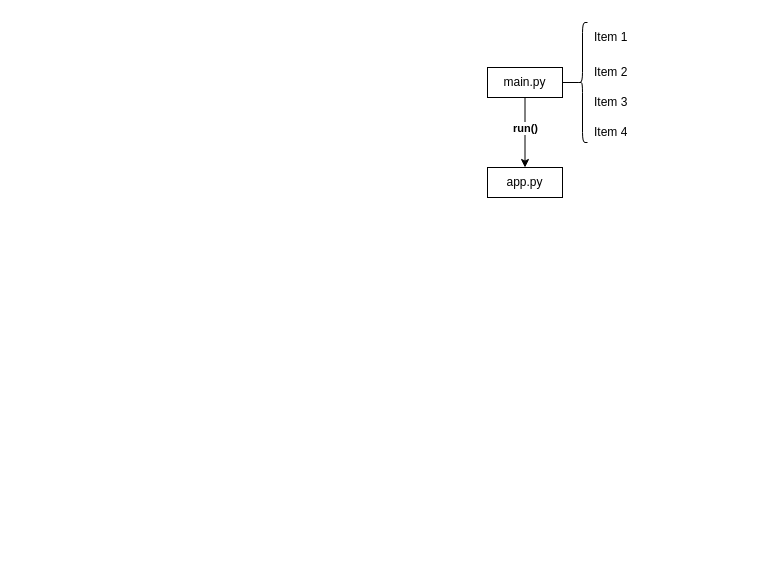
BigSheep261/EasyFrp keeps this draw.io diagram as page "程序流程" (2 of 4) of docs/项目结构图.drawio. Above is the earlier version. Source tidied: cells renumbered, new cells numbered last; positions are measured from the earlier drawing's top-left corner, leaving out a move shared by most shapes. Both pictures are drawn from the tidied source at 100%, with x=0, y=0 at pixel (487, 17).
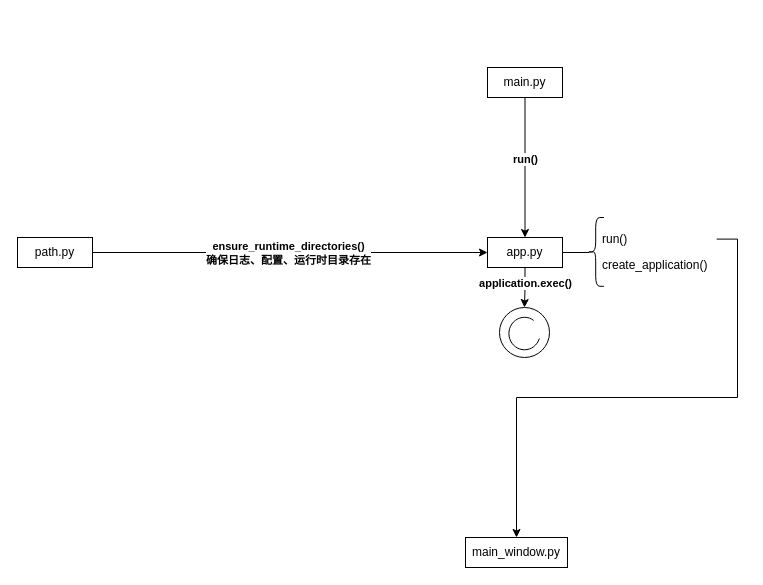
Above is the later version.

The change refers to these unchanged cells:
```xml
<mxCell id="4" value="main.py" style="rounded=0;whiteSpace=wrap;html=1;" parent="1" vertex="1">
  <mxGeometry y="50" width="75" height="30" as="geometry" />
</mxCell>
```

The edit, as a diff of the source:
```diff
@@
+    <mxCell id="17" style="edgeStyle=orthogonalEdgeStyle;rounded=0;jettySize=auto;html=1;exitX=0.5;exitY=1;exitDx=0;exitDy=0;entryX=0.5;entryY=0;entryDx=0;entryDy=0;" parent="1" edge="1" source="5" target="31">
+      <mxGeometry relative="1" as="geometry" />
+    </mxCell>
+    <mxCell id="18" value="application.exec()" style="edgeLabel;html=1;align=center;verticalAlign=middle;fontStyle=1;" parent="17" vertex="1">
+      <mxGeometry x="-0.27" relative="1" as="geometry" />
+    </mxCell>
     <mxCell id="5" value="app&lt;span style=&quot;background-color: transparent; color: light-dark(rgb(0, 0, 0), rgb(255, 255, 255));&quot;&gt;.py&lt;/span&gt;" style="rounded=0;whiteSpace=wrap;html=1;" parent="1" vertex="1">
-      <mxGeometry y="150" width="75" height="30" as="geometry" />
+      <mxGeometry y="220" width="75" height="30" as="geometry" />
     </mxCell>
-    <mxCell id="6" style="shape=curlyBracket;whiteSpace=wrap;html=1;rounded=1;labelPosition=left;verticalLabelPosition=middle;align=right;verticalAlign=middle;size=0.5;" parent="1" vertex="1">
-      <mxGeometry x="90" y="5" width="10" height="120" as="geometry" />
-    </mxCell>
-    <mxCell id="7" style="edgeStyle=orthogonalEdgeStyle;rounded=0;jettySize=auto;html=1;exitX=1;exitY=0.5;exitDx=0;exitDy=0;entryX=0.1;entryY=0.5;entryDx=0;entryDy=0;entryPerimeter=0;endArrow=none;endFill=0;" parent="1" edge="1" source="4" target="6">
-      <mxGeometry relative="1" as="geometry" />
-    </mxCell>
-    <mxCell id="8" style="shape=table;startSize=0;childLayout=tableLayout;fontSize=11;fillColor=none;strokeColor=none;" parent="1" vertex="1">
-      <mxGeometry x="100" width="60" height="130" as="geometry" />
-    </mxCell>
-    <mxCell id="9" style="shape=tableRow;horizontal=0;startSize=0;swimlaneHead=0;swimlaneBody=0;strokeColor=inherit;top=0;left=0;bottom=0;right=0;fillColor=none;fontSize=16;" parent="8" vertex="1">
-      <mxGeometry width="60" height="40" as="geometry" />
-    </mxCell>
-    <mxCell id="10" value="Item 1" style="shape=partialRectangle;html=1;whiteSpace=wrap;strokeColor=inherit;overflow=hidden;fillColor=none;top=0;left=0;bottom=0;right=0;fontSize=12;align=left;spacingLeft=5;" parent="9" vertex="1">
-      <mxGeometry width="60" height="40" as="geometry" />
-    </mxCell>
-    <mxCell id="11" style="shape=tableRow;horizontal=0;startSize=0;swimlaneHead=0;swimlaneBody=0;strokeColor=inherit;top=0;left=0;bottom=0;right=0;fillColor=none;fontSize=16;" parent="8" vertex="1">
-      <mxGeometry y="40" width="60" height="30" as="geometry" />
-    </mxCell>
-    <mxCell id="12" value="Item 2" style="shape=partialRectangle;html=1;whiteSpace=wrap;strokeColor=inherit;overflow=hidden;fillColor=none;top=0;left=0;bottom=0;right=0;fontSize=12;align=left;spacingLeft=5;" parent="11" vertex="1">
-      <mxGeometry width="60" height="30" as="geometry" />
-    </mxCell>
-    <mxCell id="13" style="shape=tableRow;horizontal=0;startSize=0;swimlaneHead=0;swimlaneBody=0;strokeColor=inherit;top=0;left=0;bottom=0;right=0;fillColor=none;fontSize=16;" parent="8" vertex="1">
-      <mxGeometry y="70" width="60" height="30" as="geometry" />
-    </mxCell>
-    <mxCell id="14" value="Item 3" style="shape=partialRectangle;html=1;whiteSpace=wrap;strokeColor=inherit;overflow=hidden;fillColor=none;top=0;left=0;bottom=0;right=0;fontSize=12;align=left;spacingLeft=5;" parent="13" vertex="1">
-      <mxGeometry width="60" height="30" as="geometry" />
-    </mxCell>
-    <mxCell id="15" style="shape=tableRow;horizontal=0;startSize=0;swimlaneHead=0;swimlaneBody=0;strokeColor=inherit;top=0;left=0;bottom=0;right=0;fillColor=none;fontSize=16;" parent="8" vertex="1">
-      <mxGeometry y="100" width="60" height="30" as="geometry" />
-    </mxCell>
-    <mxCell id="16" value="Item 4" style="shape=partialRectangle;html=1;whiteSpace=wrap;strokeColor=inherit;overflow=hidden;fillColor=none;top=0;left=0;bottom=0;right=0;fontSize=12;align=left;spacingLeft=5;" parent="15" vertex="1">
-      <mxGeometry width="60" height="30" as="geometry" />
-    </mxCell>
+    <mxCell id="19" style="edgeStyle=orthogonalEdgeStyle;rounded=0;jettySize=auto;html=1;exitX=1;exitY=0.5;exitDx=0;exitDy=0;entryX=0.1;entryY=0.5;entryDx=0;entryDy=0;entryPerimeter=0;endArrow=none;endFill=0;" parent="1" edge="1" source="5" target="21">
+      <mxGeometry relative="1" as="geometry" />
+    </mxCell>
+    <mxCell id="20" style="group;" parent="1" vertex="1">
+      <mxGeometry x="100" y="200" width="130" height="70" as="geometry" />
+    </mxCell>
+    <mxCell id="21" style="shape=curlyBracket;whiteSpace=wrap;html=1;rounded=1;labelPosition=left;verticalLabelPosition=middle;align=right;verticalAlign=middle;size=0.5;" parent="20" vertex="1">
+      <mxGeometry width="16.4" height="68.8" as="geometry" />
+    </mxCell>
+    <mxCell id="22" style="shape=table;startSize=0;childLayout=tableLayout;fontSize=11;fillColor=none;strokeColor=none;" parent="20" vertex="1">
+      <mxGeometry x="8.2" y="9.1" width="121.3" height="51.8" as="geometry" />
+    </mxCell>
+    <mxCell id="23" style="shape=tableRow;horizontal=0;startSize=0;swimlaneHead=0;swimlaneBody=0;strokeColor=inherit;top=0;left=0;bottom=0;right=0;fillColor=none;fontSize=16;" parent="22" vertex="1">
+      <mxGeometry width="121.3" height="25" as="geometry" />
+    </mxCell>
+    <mxCell id="24" value="run()" style="shape=partialRectangle;html=1;whiteSpace=wrap;strokeColor=inherit;overflow=hidden;fillColor=none;top=0;left=0;bottom=0;right=0;fontSize=12;align=left;spacingLeft=5;" parent="23" vertex="1">
+      <mxGeometry width="121" height="25" as="geometry" />
+    </mxCell>
+    <mxCell id="25" style="shape=tableRow;horizontal=0;startSize=0;swimlaneHead=0;swimlaneBody=0;strokeColor=inherit;top=0;left=0;bottom=0;right=0;fillColor=none;fontSize=16;" parent="22" vertex="1">
+      <mxGeometry y="25" width="121.3" height="27" as="geometry" />
+    </mxCell>
+    <mxCell id="26" value="create_application()" style="shape=partialRectangle;html=1;whiteSpace=wrap;strokeColor=inherit;overflow=hidden;fillColor=none;top=0;left=0;bottom=0;right=0;fontSize=12;align=left;spacingLeft=5;" parent="25" vertex="1">
+      <mxGeometry width="121" height="27" as="geometry" />
+    </mxCell>
+    <mxCell id="27" style="edgeStyle=orthogonalEdgeStyle;rounded=0;jettySize=auto;html=1;entryX=0;entryY=0.5;entryDx=0;entryDy=0;" parent="1" edge="1" source="29" target="5">
+      <mxGeometry relative="1" as="geometry">
+        <Array as="points">
+          <mxPoint x="-192.5" y="235" />
+        </Array>
+      </mxGeometry>
+    </mxCell>
+    <mxCell id="28" value="ensure_runtime_directories()&lt;div&gt;确保日志、配置、运行时目录存在&lt;/div&gt;" style="edgeLabel;html=1;align=center;verticalAlign=middle;fontStyle=1;" parent="27" vertex="1">
+      <mxGeometry x="0.39" y="-1" relative="1" as="geometry">
+        <mxPoint x="-80" y="-1" as="offset" />
+      </mxGeometry>
+    </mxCell>
+    <mxCell id="29" value="path&lt;span style=&quot;background-color: transparent; color: light-dark(rgb(0, 0, 0), rgb(255, 255, 255));&quot;&gt;.py&lt;/span&gt;" style="rounded=0;whiteSpace=wrap;html=1;" parent="1" vertex="1">
+      <mxGeometry x="-470" y="220" width="75" height="30" as="geometry" />
+    </mxCell>
+    <mxCell id="30" style="group;" parent="1" vertex="1">
+      <mxGeometry x="12" y="290" width="59.4" height="52" as="geometry" />
+    </mxCell>
+    <mxCell id="31" style="ellipse;whiteSpace=wrap;html=1;" parent="30" vertex="1">
+      <mxGeometry width="50" height="50" as="geometry" />
+    </mxCell>
+    <mxCell id="32" style="shape=mxgraph.basic.arc;html=1;startAngle=0.3;endAngle=0.1;endArrow=classic;endFill=1;" parent="30" vertex="1">
+      <mxGeometry x="9.4" y="9.8" width="31.2" height="32.5" as="geometry" />
+    </mxCell>
+    <mxCell id="33" value="main_window.py" style="rounded=0;whiteSpace=wrap;html=1;" parent="1" vertex="1">
+      <mxGeometry x="-22" y="520" width="102" height="30" as="geometry" />
+    </mxCell>
+    <mxCell id="34" style="edgeStyle=orthogonalEdgeStyle;rounded=0;jettySize=auto;html=1;entryX=0.5;entryY=0;entryDx=0;entryDy=0;startArrow=none;startFill=0;" parent="1" edge="1" source="24" target="33">
+      <mxGeometry relative="1" as="geometry">
+        <Array as="points">
+          <mxPoint x="250" y="221.6" />
+          <mxPoint x="250" y="380" />
+          <mxPoint x="29" y="380" />
+        </Array>
+      </mxGeometry>
+    </mxCell>
```
